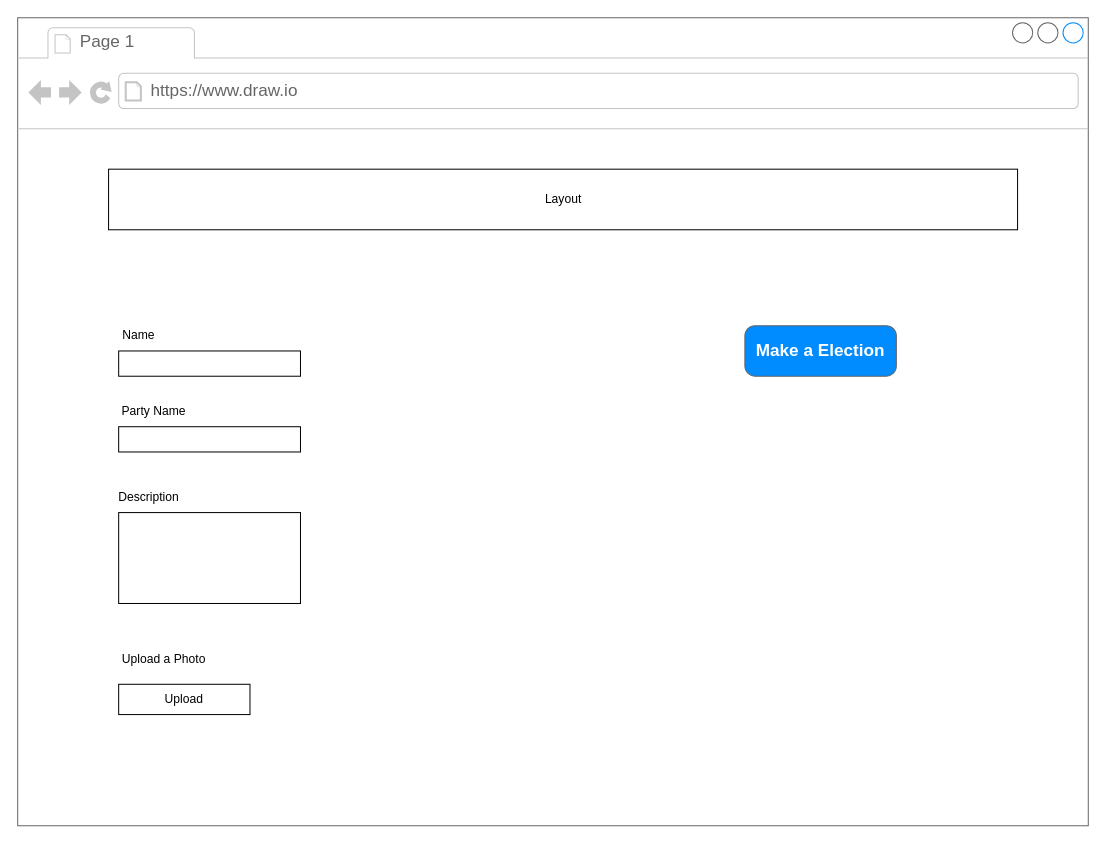
The draw.io diagram page "Make a Election" (2 of 6) of Voting_Plan.drawio in AliErcanOzgokce/VotEfe, before the edit. Source tidied: cells renumbered, new cells numbered last; positions are measured from the earlier drawing's top-left corner, leaving out a move shared by most shapes. Both pictures are drawn from the tidied source at 101%, with x=0, y=0 at pixel (17, 17).
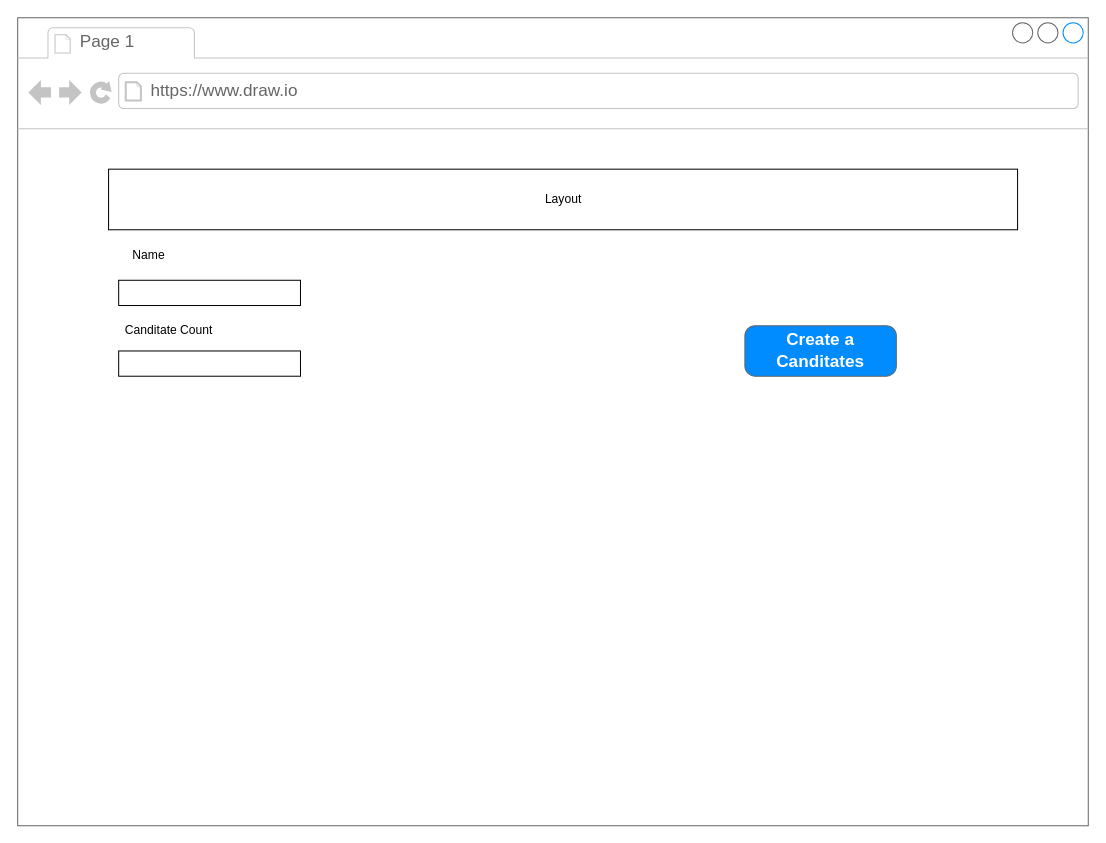
The same page after the edit.

Change to the diagram source:
```diff
@@
 <mxGraphModel>
   <root>
     <mxCell id="0" />
     <mxCell id="1" parent="0" />
     <mxCell id="2" style="strokeWidth=1;shadow=0;dashed=0;align=center;html=1;shape=mxgraph.mockup.containers.browserWindow;rSize=0;strokeColor=#666666;strokeColor2=#008cff;strokeColor3=#c4c4c4;mainText=,;" parent="1" vertex="1">
       <mxGeometry width="1060" height="800" as="geometry" />
     </mxCell>
     <mxCell id="3" value="Page 1" style="strokeWidth=1;shadow=0;dashed=0;align=center;html=1;shape=mxgraph.mockup.containers.anchor;fontSize=17;fontColor=#666666;align=left;" parent="2" vertex="1">
       <mxGeometry x="60" y="12" width="110" height="26" as="geometry" />
     </mxCell>
     <mxCell id="4" value="https://www.draw.io" style="strokeWidth=1;shadow=0;dashed=0;align=center;html=1;shape=mxgraph.mockup.containers.anchor;rSize=0;fontSize=17;fontColor=#666666;align=left;" parent="2" vertex="1">
       <mxGeometry x="130" y="60" width="250" height="26" as="geometry" />
     </mxCell>
     <mxCell id="5" value="Layout" style="html=1;" parent="2" vertex="1">
       <mxGeometry x="90" y="150" width="900" height="60" as="geometry" />
     </mxCell>
     <mxCell id="6" value="Name" style="text;html=1;strokeColor=none;fillColor=none;align=center;verticalAlign=middle;whiteSpace=wrap;rounded=0;" parent="2" vertex="1">
-      <mxGeometry x="90" y="300" width="60" height="30" as="geometry" />
+      <mxGeometry x="100" y="220" width="60" height="30" as="geometry" />
     </mxCell>
     <mxCell id="7" style="rounded=0;whiteSpace=wrap;html=1;" parent="2" vertex="1">
       <mxGeometry x="100" y="330" width="180" height="25" as="geometry" />
     </mxCell>
-    <mxCell id="8" value="Party Name" style="text;html=1;strokeColor=none;fillColor=none;align=center;verticalAlign=middle;whiteSpace=wrap;rounded=0;" parent="2" vertex="1">
-      <mxGeometry x="100" y="375" width="70" height="30" as="geometry" />
-    </mxCell>
-    <mxCell id="9" style="rounded=0;whiteSpace=wrap;html=1;" parent="2" vertex="1">
-      <mxGeometry x="100" y="405" width="180" height="25" as="geometry" />
-    </mxCell>
-    <mxCell id="10" value="Description" style="text;html=1;strokeColor=none;fillColor=none;align=center;verticalAlign=middle;whiteSpace=wrap;rounded=0;" parent="2" vertex="1">
-      <mxGeometry x="100" y="460" width="60" height="30" as="geometry" />
-    </mxCell>
-    <mxCell id="11" style="rounded=0;whiteSpace=wrap;html=1;" parent="2" vertex="1">
-      <mxGeometry x="100" y="490" width="180" height="90" as="geometry" />
-    </mxCell>
-    <mxCell id="12" value="Upload a Photo" style="text;html=1;strokeColor=none;fillColor=none;align=center;verticalAlign=middle;whiteSpace=wrap;rounded=0;" parent="2" vertex="1">
-      <mxGeometry x="100" y="620" width="90" height="30" as="geometry" />
-    </mxCell>
-    <mxCell id="13" value="Upload" style="rounded=0;whiteSpace=wrap;html=1;" parent="2" vertex="1">
-      <mxGeometry x="100" y="660" width="130" height="30" as="geometry" />
-    </mxCell>
-    <mxCell id="14" value="Make a Election" style="strokeWidth=1;shadow=0;dashed=0;align=center;html=1;shape=mxgraph.mockup.buttons.button;strokeColor=#666666;fontColor=#ffffff;mainText=;buttonStyle=round;fontSize=17;fontStyle=1;fillColor=#008cff;whiteSpace=wrap;" parent="2" vertex="1">
+    <mxCell id="14" value="Create a Canditates" style="strokeWidth=1;shadow=0;dashed=0;align=center;html=1;shape=mxgraph.mockup.buttons.button;strokeColor=#666666;fontColor=#ffffff;mainText=;buttonStyle=round;fontSize=17;fontStyle=1;fillColor=#008cff;whiteSpace=wrap;" parent="2" vertex="1">
       <mxGeometry x="720" y="305" width="150" height="50" as="geometry" />
     </mxCell>
+    <mxCell id="15" style="rounded=0;whiteSpace=wrap;html=1;" parent="2" vertex="1">
+      <mxGeometry x="100" y="260" width="180" height="25" as="geometry" />
+    </mxCell>
+    <mxCell id="16" value="Canditate Count" style="text;html=1;strokeColor=none;fillColor=none;align=center;verticalAlign=middle;whiteSpace=wrap;rounded=0;" parent="2" vertex="1">
+      <mxGeometry x="100" y="285" width="100" height="50" as="geometry" />
+    </mxCell>
   </root>
 </mxGraphModel>
```
